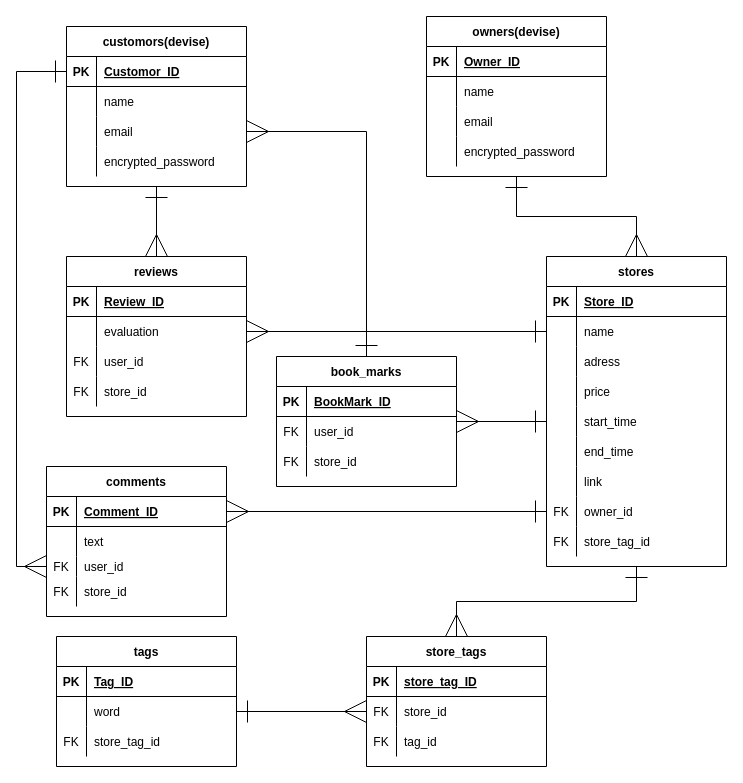
This is kamindokoro-ER.dio from KaichiAkazawa/kamindokoro-app, a draw.io file, before an edit. Source tidied: cells renumbered, new cells numbered last; positions are measured from the earlier drawing's top-left corner, leaving out a move shared by most shapes. Both pictures are drawn from the tidied source at 100%, with x=0, y=0 at pixel (46, 16).
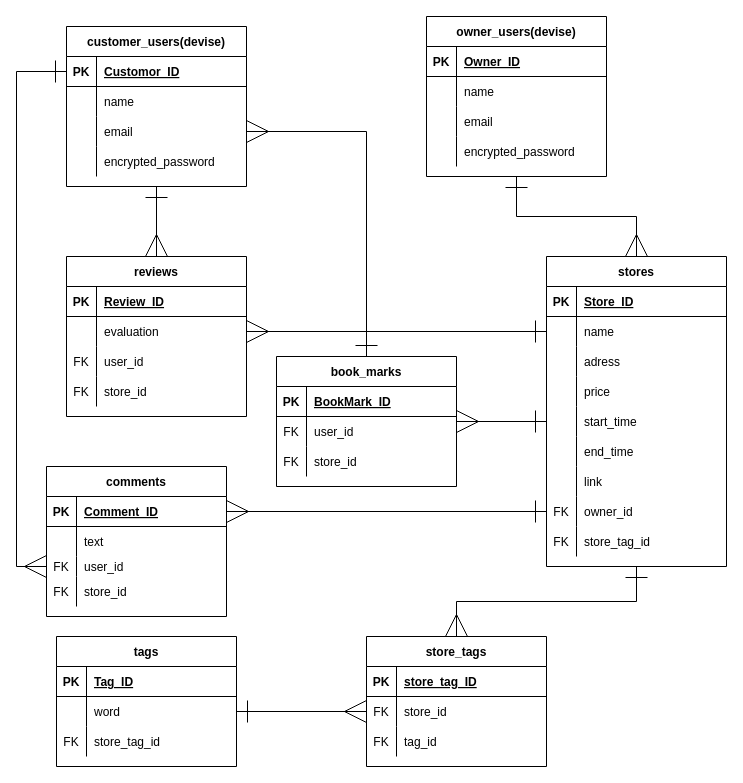
After the change.

Commit message:
ユーザーテーブル名変更

Change to the diagram source:
```diff
@@
-    <mxCell id="3" value="customors(devise)" style="shape=table;startSize=30;childLayout=tableLayout;rowLines=0;fontStyle=1;align=center;" parent="1" vertex="1">
+    <mxCell id="3" value="customer_users(devise)" style="shape=table;startSize=30;childLayout=tableLayout;rowLines=0;fontStyle=1;align=center;" parent="1" vertex="1">
       <mxGeometry x="20" y="10" width="180" height="160" as="geometry" />
     </mxCell>
@@
-    <mxCell id="46" value="owners(devise)" style="shape=table;startSize=30;childLayout=tableLayout;rowLines=0;fontStyle=1;align=center;" parent="1" vertex="1">
+    <mxCell id="46" value="owner_users(devise)" style="shape=table;startSize=30;childLayout=tableLayout;rowLines=0;fontStyle=1;align=center;" parent="1" vertex="1">
       <mxGeometry x="380" width="180" height="160" as="geometry" />
     </mxCell>
```
